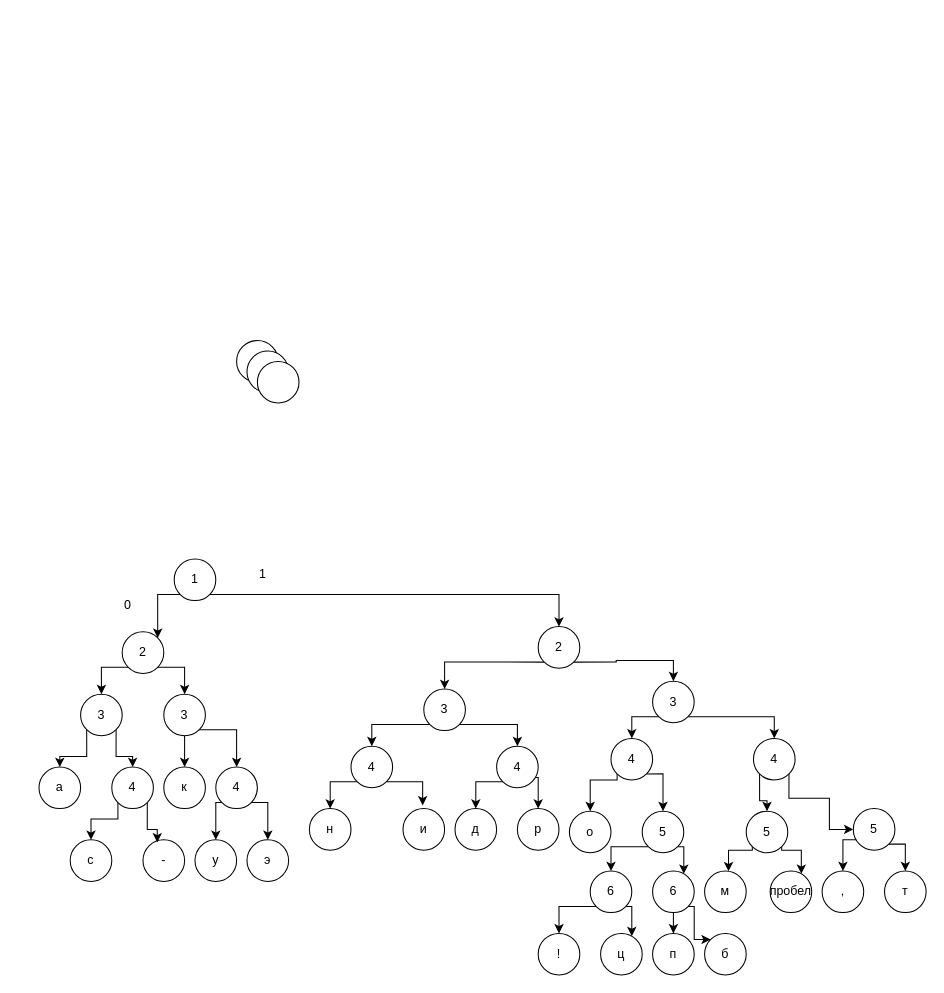
The draw.io diagram SIAOD_1_2/Диаграмма без названия.drawio in CyM4aTblu/PoIS-ITi-SiAOD_and-other, before the edit. Source tidied: cells renumbered, new cells numbered last; positions are measured from the earlier drawing's top-left corner, leaving out a move shared by most shapes. Both pictures are drawn from the tidied source at 104%, with x=0, y=0 at pixel (38, 340).
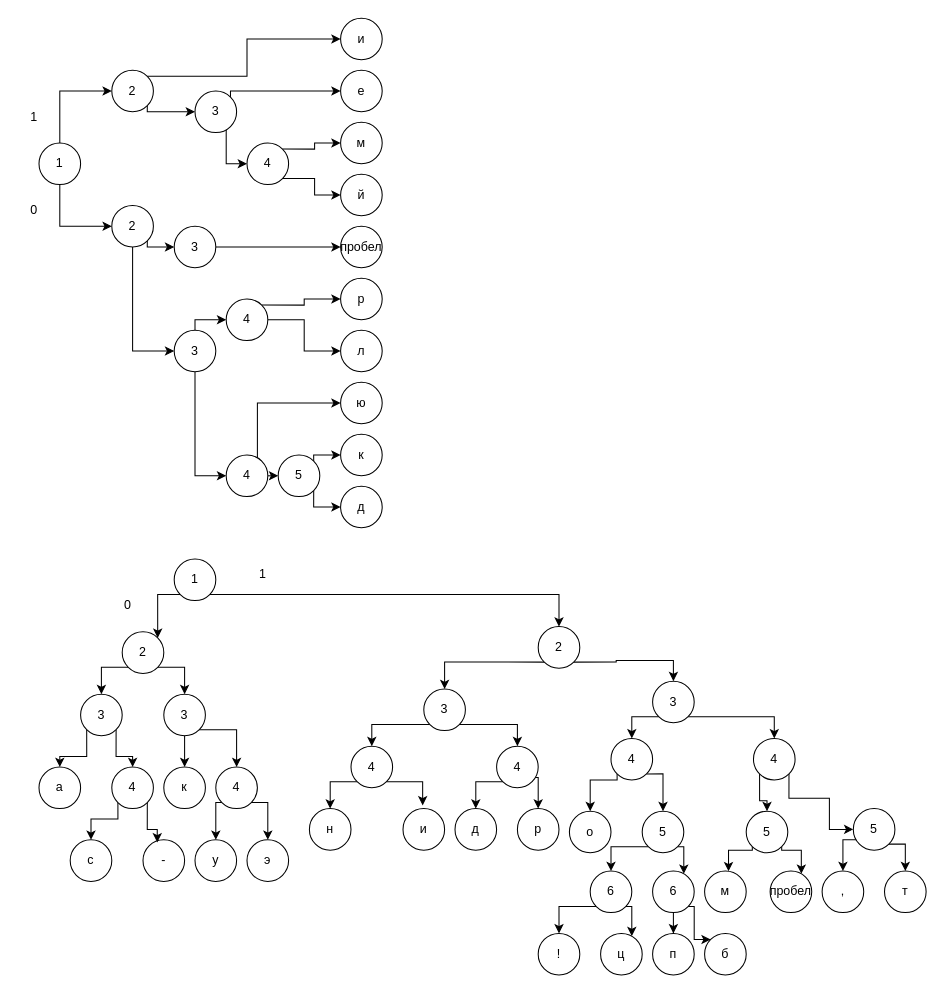
The same diagram, later.

What changed in the source:
```diff
@@
-    <mxCell id="2" style="ellipse;whiteSpace=wrap;html=1;" parent="1" vertex="1">
-      <mxGeometry x="190" width="40" height="40" as="geometry" />
+    <mxCell id="2" value="й" style="ellipse;whiteSpace=wrap;html=1;" parent="1" vertex="1">
+      <mxGeometry x="290" y="-160" width="40" height="40" as="geometry" />
     </mxCell>
-    <mxCell id="3" style="ellipse;whiteSpace=wrap;html=1;" parent="1" vertex="1">
-      <mxGeometry x="200" y="10" width="40" height="40" as="geometry" />
+    <mxCell id="3" value="м" style="ellipse;whiteSpace=wrap;html=1;" parent="1" vertex="1">
+      <mxGeometry x="290" y="-210" width="40" height="40" as="geometry" />
     </mxCell>
-    <mxCell id="4" style="ellipse;whiteSpace=wrap;html=1;" parent="1" vertex="1">
-      <mxGeometry x="210" y="20" width="40" height="40" as="geometry" />
+    <mxCell id="4" value="е" style="ellipse;whiteSpace=wrap;html=1;" parent="1" vertex="1">
+      <mxGeometry x="290" y="-260" width="40" height="40" as="geometry" />
     </mxCell>
@@
+    <mxCell id="80" value="л" style="ellipse;whiteSpace=wrap;html=1;" parent="1" vertex="1">
+      <mxGeometry x="290" y="-10" width="40" height="40" as="geometry" />
+    </mxCell>
+    <mxCell id="81" value="р" style="ellipse;whiteSpace=wrap;html=1;" parent="1" vertex="1">
+      <mxGeometry x="290" y="-60" width="40" height="40" as="geometry" />
+    </mxCell>
+    <mxCell id="82" value="пробел" style="ellipse;whiteSpace=wrap;html=1;" parent="1" vertex="1">
+      <mxGeometry x="290" y="-110" width="40" height="40" as="geometry" />
+    </mxCell>
+    <mxCell id="83" value="д" style="ellipse;whiteSpace=wrap;html=1;" parent="1" vertex="1">
+      <mxGeometry x="290" y="140" width="40" height="40" as="geometry" />
+    </mxCell>
+    <mxCell id="84" value="к" style="ellipse;whiteSpace=wrap;html=1;" parent="1" vertex="1">
+      <mxGeometry x="290" y="90" width="40" height="40" as="geometry" />
+    </mxCell>
+    <mxCell id="85" value="ю" style="ellipse;whiteSpace=wrap;html=1;" parent="1" vertex="1">
+      <mxGeometry x="290" y="40" width="40" height="40" as="geometry" />
+    </mxCell>
+    <mxCell id="86" value="и" style="ellipse;whiteSpace=wrap;html=1;" parent="1" vertex="1">
+      <mxGeometry x="290" y="-310" width="40" height="40" as="geometry" />
+    </mxCell>
+    <mxCell id="87" style="edgeStyle=orthogonalEdgeStyle;rounded=0;jettySize=auto;html=1;exitX=1;exitY=0;exitDx=0;exitDy=0;entryX=0;entryY=0.5;entryDx=0;entryDy=0;" parent="1" edge="1" source="89" target="86">
+      <mxGeometry relative="1" as="geometry" />
+    </mxCell>
+    <mxCell id="88" style="edgeStyle=orthogonalEdgeStyle;rounded=0;jettySize=auto;html=1;exitX=1;exitY=1;exitDx=0;exitDy=0;entryX=0;entryY=0.5;entryDx=0;entryDy=0;" parent="1" edge="1" source="89" target="92">
+      <mxGeometry relative="1" as="geometry">
+        <Array as="points">
+          <mxPoint x="104" y="-220" />
+        </Array>
+      </mxGeometry>
+    </mxCell>
+    <mxCell id="89" value="2" style="ellipse;whiteSpace=wrap;html=1;" parent="1" vertex="1">
+      <mxGeometry x="70" y="-260" width="40" height="40" as="geometry" />
+    </mxCell>
+    <mxCell id="90" style="edgeStyle=orthogonalEdgeStyle;rounded=0;jettySize=auto;html=1;exitX=1;exitY=0;exitDx=0;exitDy=0;entryX=0;entryY=0.5;entryDx=0;entryDy=0;" parent="1" edge="1" source="92" target="4">
+      <mxGeometry relative="1" as="geometry">
+        <Array as="points">
+          <mxPoint x="184" y="-240" />
+        </Array>
+      </mxGeometry>
+    </mxCell>
+    <mxCell id="91" style="edgeStyle=orthogonalEdgeStyle;rounded=0;jettySize=auto;html=1;exitX=1;exitY=1;exitDx=0;exitDy=0;entryX=0;entryY=0.5;entryDx=0;entryDy=0;" parent="1" edge="1" source="92" target="95">
+      <mxGeometry relative="1" as="geometry">
+        <Array as="points">
+          <mxPoint x="180" y="-206" />
+          <mxPoint x="180" y="-170" />
+        </Array>
+      </mxGeometry>
+    </mxCell>
+    <mxCell id="92" value="3" style="ellipse;whiteSpace=wrap;html=1;" parent="1" vertex="1">
+      <mxGeometry x="150" y="-240" width="40" height="40" as="geometry" />
+    </mxCell>
+    <mxCell id="93" style="edgeStyle=orthogonalEdgeStyle;rounded=0;jettySize=auto;html=1;exitX=1;exitY=0;exitDx=0;exitDy=0;entryX=0;entryY=0.5;entryDx=0;entryDy=0;" parent="1" edge="1" source="95" target="3">
+      <mxGeometry relative="1" as="geometry" />
+    </mxCell>
+    <mxCell id="94" style="edgeStyle=orthogonalEdgeStyle;rounded=0;jettySize=auto;html=1;exitX=1;exitY=1;exitDx=0;exitDy=0;entryX=0;entryY=0.5;entryDx=0;entryDy=0;" parent="1" edge="1" source="95" target="2">
+      <mxGeometry relative="1" as="geometry" />
+    </mxCell>
+    <mxCell id="95" value="4" style="ellipse;whiteSpace=wrap;html=1;" parent="1" vertex="1">
+      <mxGeometry x="200" y="-190" width="40" height="40" as="geometry" />
+    </mxCell>
+    <mxCell id="96" style="edgeStyle=orthogonalEdgeStyle;rounded=0;jettySize=auto;html=1;exitX=1;exitY=1;exitDx=0;exitDy=0;entryX=0;entryY=0.5;entryDx=0;entryDy=0;" parent="1" edge="1" source="98" target="100">
+      <mxGeometry relative="1" as="geometry">
+        <Array as="points">
+          <mxPoint x="104" y="-90" />
+        </Array>
+      </mxGeometry>
+    </mxCell>
+    <mxCell id="97" style="edgeStyle=orthogonalEdgeStyle;rounded=0;jettySize=auto;html=1;exitX=0.5;exitY=1;exitDx=0;exitDy=0;entryX=0;entryY=0.5;entryDx=0;entryDy=0;" parent="1" edge="1" source="98" target="114">
+      <mxGeometry relative="1" as="geometry" />
+    </mxCell>
+    <mxCell id="98" value="2" style="ellipse;whiteSpace=wrap;html=1;" parent="1" vertex="1">
+      <mxGeometry x="70" y="-130" width="40" height="40" as="geometry" />
+    </mxCell>
+    <mxCell id="99" style="edgeStyle=orthogonalEdgeStyle;rounded=0;jettySize=auto;html=1;exitX=1;exitY=0.5;exitDx=0;exitDy=0;entryX=0;entryY=0.5;entryDx=0;entryDy=0;" parent="1" edge="1" source="100" target="82">
+      <mxGeometry relative="1" as="geometry" />
+    </mxCell>
+    <mxCell id="100" value="3" style="ellipse;whiteSpace=wrap;html=1;" parent="1" vertex="1">
+      <mxGeometry x="130" y="-110" width="40" height="40" as="geometry" />
+    </mxCell>
+    <mxCell id="101" style="edgeStyle=orthogonalEdgeStyle;rounded=0;jettySize=auto;html=1;exitX=0.5;exitY=0;exitDx=0;exitDy=0;entryX=0;entryY=0.5;entryDx=0;entryDy=0;" parent="1" edge="1" source="103" target="89">
+      <mxGeometry relative="1" as="geometry" />
+    </mxCell>
+    <mxCell id="102" style="edgeStyle=orthogonalEdgeStyle;rounded=0;jettySize=auto;html=1;exitX=0.5;exitY=1;exitDx=0;exitDy=0;entryX=0;entryY=0.5;entryDx=0;entryDy=0;" parent="1" edge="1" source="103" target="98">
+      <mxGeometry relative="1" as="geometry" />
+    </mxCell>
+    <mxCell id="103" value="1" style="ellipse;whiteSpace=wrap;html=1;" parent="1" vertex="1">
+      <mxGeometry y="-190" width="40" height="40" as="geometry" />
+    </mxCell>
+    <mxCell id="104" value="1" style="text;html=1;align=center;verticalAlign=middle;strokeColor=none;fillColor=none;" parent="1" vertex="1">
+      <mxGeometry x="-20" y="-230" width="30" height="30" as="geometry" />
+    </mxCell>
+    <mxCell id="105" value="0" style="text;html=1;align=center;verticalAlign=middle;strokeColor=none;fillColor=none;" parent="1" vertex="1">
+      <mxGeometry x="-20" y="-140" width="30" height="30" as="geometry" />
+    </mxCell>
+    <mxCell id="106" style="edgeStyle=orthogonalEdgeStyle;rounded=0;jettySize=auto;html=1;exitX=1;exitY=0;exitDx=0;exitDy=0;entryX=0;entryY=0.5;entryDx=0;entryDy=0;" parent="1" edge="1" source="108" target="85">
+      <mxGeometry relative="1" as="geometry">
+        <Array as="points">
+          <mxPoint x="210" y="116" />
+          <mxPoint x="210" y="60" />
+        </Array>
+      </mxGeometry>
+    </mxCell>
+    <mxCell id="107" style="edgeStyle=orthogonalEdgeStyle;rounded=0;jettySize=auto;html=1;exitX=1;exitY=0.5;exitDx=0;exitDy=0;entryX=0;entryY=0.5;entryDx=0;entryDy=0;" parent="1" edge="1" source="108" target="117">
+      <mxGeometry relative="1" as="geometry" />
+    </mxCell>
+    <mxCell id="108" value="4" style="ellipse;whiteSpace=wrap;html=1;" parent="1" vertex="1">
+      <mxGeometry x="180" y="110" width="40" height="40" as="geometry" />
+    </mxCell>
+    <mxCell id="109" style="edgeStyle=orthogonalEdgeStyle;rounded=0;jettySize=auto;html=1;exitX=1;exitY=0.5;exitDx=0;exitDy=0;entryX=0;entryY=0.5;entryDx=0;entryDy=0;" parent="1" edge="1" source="111" target="80">
+      <mxGeometry relative="1" as="geometry" />
+    </mxCell>
+    <mxCell id="110" style="edgeStyle=orthogonalEdgeStyle;rounded=0;jettySize=auto;html=1;exitX=1;exitY=0;exitDx=0;exitDy=0;entryX=0;entryY=0.5;entryDx=0;entryDy=0;" parent="1" edge="1" source="111" target="81">
+      <mxGeometry relative="1" as="geometry" />
+    </mxCell>
+    <mxCell id="111" value="4" style="ellipse;whiteSpace=wrap;html=1;" parent="1" vertex="1">
+      <mxGeometry x="180" y="-40" width="40" height="40" as="geometry" />
+    </mxCell>
+    <mxCell id="112" style="edgeStyle=orthogonalEdgeStyle;rounded=0;jettySize=auto;html=1;exitX=0.5;exitY=0;exitDx=0;exitDy=0;entryX=0;entryY=0.5;entryDx=0;entryDy=0;" parent="1" edge="1" source="114" target="111">
+      <mxGeometry relative="1" as="geometry">
+        <Array as="points">
+          <mxPoint x="150" y="-20" />
+        </Array>
+      </mxGeometry>
+    </mxCell>
+    <mxCell id="113" style="edgeStyle=orthogonalEdgeStyle;rounded=0;jettySize=auto;html=1;exitX=0.5;exitY=1;exitDx=0;exitDy=0;entryX=0;entryY=0.5;entryDx=0;entryDy=0;" parent="1" edge="1" source="114" target="108">
+      <mxGeometry relative="1" as="geometry">
+        <Array as="points">
+          <mxPoint x="150" y="130" />
+        </Array>
+      </mxGeometry>
+    </mxCell>
+    <mxCell id="114" value="3" style="ellipse;whiteSpace=wrap;html=1;" parent="1" vertex="1">
+      <mxGeometry x="130" y="-10" width="40" height="40" as="geometry" />
+    </mxCell>
+    <mxCell id="115" style="edgeStyle=orthogonalEdgeStyle;rounded=0;jettySize=auto;html=1;exitX=1;exitY=0;exitDx=0;exitDy=0;entryX=0;entryY=0.5;entryDx=0;entryDy=0;" parent="1" edge="1" source="117" target="84">
+      <mxGeometry relative="1" as="geometry">
+        <Array as="points">
+          <mxPoint x="264" y="110" />
+        </Array>
+      </mxGeometry>
+    </mxCell>
+    <mxCell id="116" style="edgeStyle=orthogonalEdgeStyle;rounded=0;jettySize=auto;html=1;exitX=1;exitY=1;exitDx=0;exitDy=0;entryX=0;entryY=0.5;entryDx=0;entryDy=0;" parent="1" edge="1" source="117" target="83">
+      <mxGeometry relative="1" as="geometry">
+        <Array as="points">
+          <mxPoint x="264" y="160" />
+        </Array>
+      </mxGeometry>
+    </mxCell>
+    <mxCell id="117" value="5" style="ellipse;whiteSpace=wrap;html=1;" parent="1" vertex="1">
+      <mxGeometry x="230" y="110" width="40" height="40" as="geometry" />
+    </mxCell>
```
